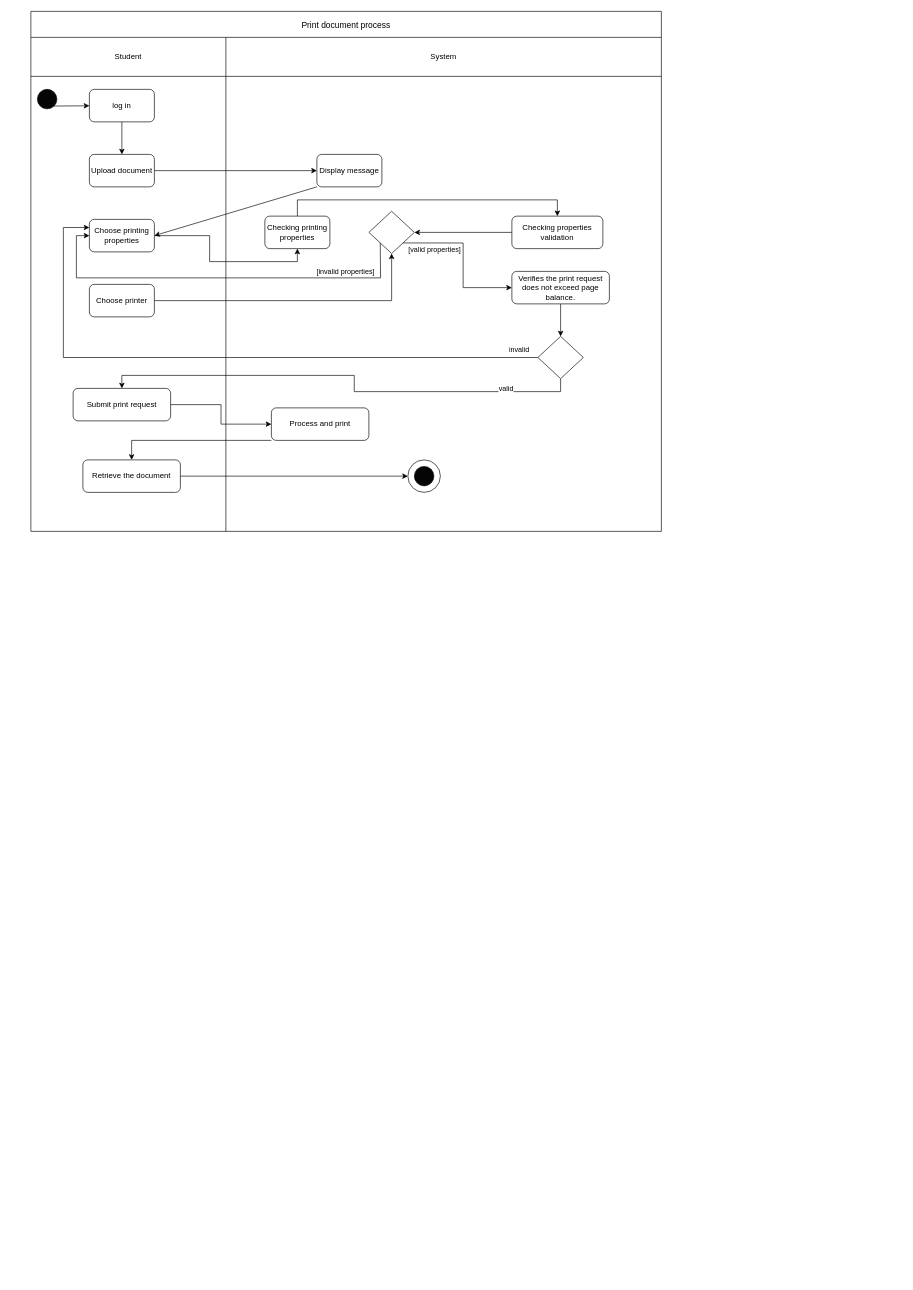
Above: SE.drawio in Nquan0207/Quan-nguyen (draw.io), before the change. Source tidied: cells renumbered, new cells numbered last; positions are measured from the earlier drawing's top-left corner, leaving out a move shared by most shapes. Both pictures are drawn from the tidied source at 65%, with x=0, y=0 at pixel (31, 11).
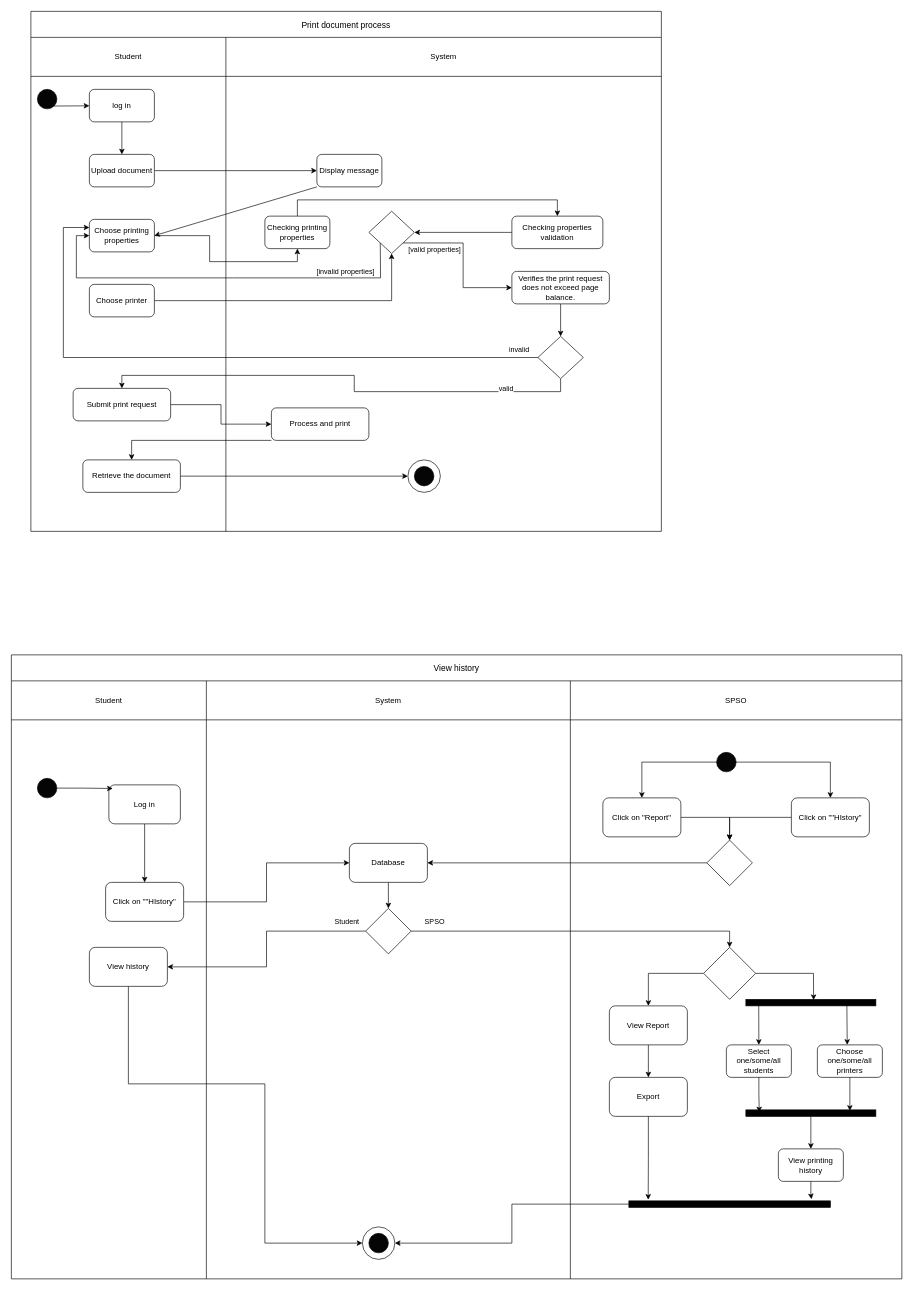
The same diagram, later.

Diff of the diagram source:
```diff
@@
+    <mxCell id="45" value="View history" style="shape=table;startSize=40;childLayout=tableLayout;fontSize=13;" parent="1" vertex="1">
+      <mxGeometry x="-30" y="990" width="1370" height="960" as="geometry" />
+    </mxCell>
+    <mxCell id="46" style="shape=tableRow;horizontal=0;startSize=0;swimlaneHead=0;swimlaneBody=0;strokeColor=inherit;top=0;left=0;bottom=0;right=0;fillColor=none;" parent="45" vertex="1">
+      <mxGeometry y="40" width="1370" height="60" as="geometry" />
+    </mxCell>
+    <mxCell id="47" value="Student" style="shape=partialRectangle;html=1;whiteSpace=wrap;strokeColor=inherit;overflow=hidden;fillColor=none;top=0;left=0;bottom=0;right=0;" parent="46" vertex="1">
+      <mxGeometry width="300" height="60" as="geometry" />
+    </mxCell>
+    <mxCell id="48" value="System" style="shape=partialRectangle;html=1;whiteSpace=wrap;strokeColor=inherit;overflow=hidden;fillColor=none;top=0;left=0;bottom=0;right=0;" parent="46" vertex="1">
+      <mxGeometry x="300" width="560" height="60" as="geometry" />
+    </mxCell>
+    <mxCell id="49" value="SPSO" style="shape=partialRectangle;html=1;whiteSpace=wrap;strokeColor=inherit;overflow=hidden;fillColor=none;top=0;left=0;bottom=0;right=0;" parent="46" vertex="1">
+      <mxGeometry x="860" width="510" height="60" as="geometry" />
+    </mxCell>
+    <mxCell id="50" style="shape=tableRow;horizontal=0;startSize=0;swimlaneHead=0;swimlaneBody=0;strokeColor=inherit;top=0;left=0;bottom=0;right=0;fillColor=none;" parent="45" vertex="1">
+      <mxGeometry y="100" width="1370" height="860" as="geometry" />
+    </mxCell>
+    <mxCell id="51" style="shape=partialRectangle;html=1;whiteSpace=wrap;strokeColor=inherit;overflow=hidden;fillColor=none;top=0;left=0;bottom=0;right=0;" parent="50" vertex="1">
+      <mxGeometry width="300" height="860" as="geometry" />
+    </mxCell>
+    <mxCell id="52" style="shape=partialRectangle;html=1;whiteSpace=wrap;strokeColor=inherit;overflow=hidden;fillColor=none;top=0;left=0;bottom=0;right=0;" parent="50" vertex="1">
+      <mxGeometry x="300" width="560" height="860" as="geometry" />
+    </mxCell>
+    <mxCell id="53" style="shape=partialRectangle;html=1;whiteSpace=wrap;strokeColor=inherit;overflow=hidden;fillColor=none;top=0;left=0;bottom=0;right=0;" parent="50" vertex="1">
+      <mxGeometry x="860" width="510" height="860" as="geometry" />
+    </mxCell>
+    <mxCell id="54" style="ellipse;whiteSpace=wrap;html=1;fillColor=#050505;" parent="1" vertex="1">
+      <mxGeometry x="10" y="1180" width="30" height="30" as="geometry" />
+    </mxCell>
+    <mxCell id="55" style="edgeStyle=orthogonalEdgeStyle;rounded=0;jettySize=auto;html=1;exitX=0.5;exitY=1;exitDx=0;exitDy=0;entryX=0.5;entryY=0;entryDx=0;entryDy=0;" parent="1" edge="1" source="56" target="59">
+      <mxGeometry relative="1" as="geometry" />
+    </mxCell>
+    <mxCell id="56" value="Log in" style="rounded=1;whiteSpace=wrap;html=1;" parent="1" vertex="1">
+      <mxGeometry x="120" y="1190" width="110" height="60" as="geometry" />
+    </mxCell>
+    <mxCell id="57" style="edgeStyle=orthogonalEdgeStyle;rounded=0;jettySize=auto;html=1;entryX=0.054;entryY=0.093;entryDx=0;entryDy=0;entryPerimeter=0;" parent="1" edge="1" source="54" target="56">
+      <mxGeometry relative="1" as="geometry" />
+    </mxCell>
+    <mxCell id="58" style="edgeStyle=orthogonalEdgeStyle;rounded=0;jettySize=auto;html=1;entryX=0;entryY=0.5;entryDx=0;entryDy=0;" parent="1" edge="1" source="59" target="61">
+      <mxGeometry relative="1" as="geometry" />
+    </mxCell>
+    <mxCell id="59" value="Click on &quot;&quot;HIstory&quot;" style="rounded=1;whiteSpace=wrap;html=1;" parent="1" vertex="1">
+      <mxGeometry x="115" y="1340" width="120" height="60" as="geometry" />
+    </mxCell>
+    <mxCell id="60" style="edgeStyle=orthogonalEdgeStyle;rounded=0;jettySize=auto;html=1;entryX=0.5;entryY=0;entryDx=0;entryDy=0;" parent="1" edge="1" source="61" target="71">
+      <mxGeometry relative="1" as="geometry" />
+    </mxCell>
+    <mxCell id="61" value="Database" style="rounded=1;whiteSpace=wrap;html=1;" parent="1" vertex="1">
+      <mxGeometry x="490" y="1280" width="120" height="60" as="geometry" />
+    </mxCell>
+    <mxCell id="62" style="edgeStyle=orthogonalEdgeStyle;rounded=0;jettySize=auto;html=1;entryX=0.5;entryY=0;entryDx=0;entryDy=0;" parent="1" edge="1" source="63" target="77">
+      <mxGeometry relative="1" as="geometry" />
+    </mxCell>
+    <mxCell id="63" value="Click on &quot;&quot;HIstory&quot;" style="rounded=1;whiteSpace=wrap;html=1;" parent="1" vertex="1">
+      <mxGeometry x="1170" y="1210" width="120" height="60" as="geometry" />
+    </mxCell>
+    <mxCell id="64" style="edgeStyle=orthogonalEdgeStyle;rounded=0;jettySize=auto;html=1;entryX=0.5;entryY=0;entryDx=0;entryDy=0;" parent="1" edge="1" source="66" target="63">
+      <mxGeometry relative="1" as="geometry" />
+    </mxCell>
+    <mxCell id="65" style="edgeStyle=orthogonalEdgeStyle;rounded=0;jettySize=auto;html=1;" parent="1" edge="1" source="66" target="75">
+      <mxGeometry relative="1" as="geometry" />
+    </mxCell>
+    <mxCell id="66" style="ellipse;whiteSpace=wrap;html=1;fillColor=#050505;" parent="1" vertex="1">
+      <mxGeometry x="1055" y="1140" width="30" height="30" as="geometry" />
+    </mxCell>
+    <mxCell id="67" style="edgeStyle=orthogonalEdgeStyle;rounded=0;jettySize=auto;html=1;entryX=1;entryY=0.5;entryDx=0;entryDy=0;" parent="1" edge="1" source="71" target="73">
+      <mxGeometry relative="1" as="geometry" />
+    </mxCell>
+    <mxCell id="68" value="Student" style="edgeLabel;html=1;align=center;verticalAlign=middle;" parent="67" vertex="1">
+      <mxGeometry x="-0.82" y="-2" relative="1" as="geometry">
+        <mxPoint x="2" y="-13" as="offset" />
+      </mxGeometry>
+    </mxCell>
+    <mxCell id="69" style="edgeStyle=orthogonalEdgeStyle;rounded=0;jettySize=auto;html=1;entryX=0.5;entryY=0;entryDx=0;entryDy=0;" parent="1" edge="1" source="71" target="79">
+      <mxGeometry relative="1" as="geometry" />
+    </mxCell>
+    <mxCell id="70" value="SPSO" style="edgeLabel;html=1;align=center;verticalAlign=middle;" parent="69" vertex="1">
+      <mxGeometry x="-0.81" relative="1" as="geometry">
+        <mxPoint x="-14" y="-15" as="offset" />
+      </mxGeometry>
+    </mxCell>
+    <mxCell id="71" style="rhombus;whiteSpace=wrap;html=1;" parent="1" vertex="1">
+      <mxGeometry x="515" y="1380" width="70" height="70" as="geometry" />
+    </mxCell>
+    <mxCell id="72" style="edgeStyle=orthogonalEdgeStyle;rounded=0;jettySize=auto;html=1;entryX=0;entryY=0.5;entryDx=0;entryDy=0;" parent="1" edge="1" source="73" target="93">
+      <mxGeometry relative="1" as="geometry">
+        <Array as="points">
+          <mxPoint x="150" y="1650" />
+          <mxPoint x="360" y="1650" />
+          <mxPoint x="360" y="1895" />
+        </Array>
+      </mxGeometry>
+    </mxCell>
+    <mxCell id="73" value="View history" style="rounded=1;whiteSpace=wrap;html=1;" parent="1" vertex="1">
+      <mxGeometry x="90" y="1440" width="120" height="60" as="geometry" />
+    </mxCell>
+    <mxCell id="74" style="edgeStyle=orthogonalEdgeStyle;rounded=0;jettySize=auto;html=1;exitX=1;exitY=0.5;exitDx=0;exitDy=0;entryX=0.5;entryY=0;entryDx=0;entryDy=0;" parent="1" edge="1" source="75" target="77">
+      <mxGeometry relative="1" as="geometry" />
+    </mxCell>
+    <mxCell id="75" value="Click on &quot;Report&quot;" style="rounded=1;whiteSpace=wrap;html=1;" parent="1" vertex="1">
+      <mxGeometry x="880" y="1210" width="120" height="60" as="geometry" />
+    </mxCell>
+    <mxCell id="76" style="edgeStyle=orthogonalEdgeStyle;rounded=0;jettySize=auto;html=1;entryX=1;entryY=0.5;entryDx=0;entryDy=0;" parent="1" edge="1" source="77" target="61">
+      <mxGeometry relative="1" as="geometry" />
+    </mxCell>
+    <mxCell id="77" style="rhombus;whiteSpace=wrap;html=1;" parent="1" vertex="1">
+      <mxGeometry x="1040" y="1275" width="70" height="70" as="geometry" />
+    </mxCell>
+    <mxCell id="78" style="edgeStyle=orthogonalEdgeStyle;rounded=0;jettySize=auto;html=1;exitX=0;exitY=0.5;exitDx=0;exitDy=0;entryX=0.5;entryY=0;entryDx=0;entryDy=0;" parent="1" edge="1" source="79" target="81">
+      <mxGeometry relative="1" as="geometry" />
+    </mxCell>
+    <mxCell id="79" style="rhombus;whiteSpace=wrap;html=1;" parent="1" vertex="1">
+      <mxGeometry x="1035" y="1440" width="80" height="80" as="geometry" />
+    </mxCell>
+    <mxCell id="80" style="edgeStyle=orthogonalEdgeStyle;rounded=0;jettySize=auto;html=1;exitX=0.5;exitY=1;exitDx=0;exitDy=0;entryX=0.5;entryY=0;entryDx=0;entryDy=0;" parent="1" edge="1" source="81" target="95">
+      <mxGeometry relative="1" as="geometry" />
+    </mxCell>
+    <mxCell id="81" value="View Report" style="rounded=1;whiteSpace=wrap;html=1;" parent="1" vertex="1">
+      <mxGeometry x="890" y="1530" width="120" height="60" as="geometry" />
+    </mxCell>
+    <mxCell id="82" style="endArrow=classic;html=1;rounded=0;exitX=1;exitY=0.5;exitDx=0;exitDy=0;entryX=0.521;entryY=0.106;entryDx=0;entryDy=0;entryPerimeter=0;" parent="1" edge="1" source="79" target="83">
+      <mxGeometry relative="1" as="geometry">
+        <Array as="points">
+          <mxPoint x="1204" y="1480" />
+        </Array>
+      </mxGeometry>
+    </mxCell>
+    <mxCell id="83" style="rounded=0;whiteSpace=wrap;html=1;fillColor=#000000;" parent="1" vertex="1">
+      <mxGeometry x="1100" y="1520" width="200" height="10" as="geometry" />
+    </mxCell>
+    <mxCell id="84" style="endArrow=classic;html=1;rounded=0;exitX=0.099;exitY=0.989;exitDx=0;exitDy=0;exitPerimeter=0;" parent="1" edge="1" source="83" target="85">
+      <mxGeometry relative="1" as="geometry" />
+    </mxCell>
+    <mxCell id="85" value="Select one/some/all students" style="rounded=1;whiteSpace=wrap;html=1;" parent="1" vertex="1">
+      <mxGeometry x="1070" y="1590" width="100" height="50" as="geometry" />
+    </mxCell>
+    <mxCell id="86" value="Choose one/some/all printers" style="rounded=1;whiteSpace=wrap;html=1;" parent="1" vertex="1">
+      <mxGeometry x="1210" y="1590" width="100" height="50" as="geometry" />
+    </mxCell>
+    <mxCell id="87" style="endArrow=classic;html=1;rounded=0;exitX=0.777;exitY=0.944;exitDx=0;exitDy=0;exitPerimeter=0;entryX=0.459;entryY=-0.002;entryDx=0;entryDy=0;entryPerimeter=0;" parent="1" edge="1" source="83" target="86">
+      <mxGeometry relative="1" as="geometry" />
+    </mxCell>
+    <mxCell id="88" style="edgeStyle=orthogonalEdgeStyle;rounded=0;jettySize=auto;html=1;exitX=0.5;exitY=1;exitDx=0;exitDy=0;entryX=0.5;entryY=0;entryDx=0;entryDy=0;" parent="1" edge="1" source="89" target="92">
+      <mxGeometry relative="1" as="geometry" />
+    </mxCell>
+    <mxCell id="89" style="rounded=0;whiteSpace=wrap;html=1;fillColor=#000000;" parent="1" vertex="1">
+      <mxGeometry x="1100" y="1690" width="200" height="10" as="geometry" />
+    </mxCell>
+    <mxCell id="90" style="edgeStyle=orthogonalEdgeStyle;rounded=0;jettySize=auto;html=1;exitX=0.5;exitY=1;exitDx=0;exitDy=0;entryX=0.103;entryY=0.371;entryDx=0;entryDy=0;entryPerimeter=0;" parent="1" edge="1" source="85" target="89">
+      <mxGeometry relative="1" as="geometry" />
+    </mxCell>
+    <mxCell id="91" style="edgeStyle=orthogonalEdgeStyle;rounded=0;jettySize=auto;html=1;exitX=0.5;exitY=1;exitDx=0;exitDy=0;entryX=0.8;entryY=0.143;entryDx=0;entryDy=0;entryPerimeter=0;" parent="1" edge="1" source="86" target="89">
+      <mxGeometry relative="1" as="geometry" />
+    </mxCell>
+    <mxCell id="92" value="View printing history" style="rounded=1;whiteSpace=wrap;html=1;" parent="1" vertex="1">
+      <mxGeometry x="1150" y="1750" width="100" height="50" as="geometry" />
+    </mxCell>
+    <mxCell id="93" style="ellipse;whiteSpace=wrap;html=1;" parent="1" vertex="1">
+      <mxGeometry x="510" y="1870" width="50" height="50" as="geometry" />
+    </mxCell>
+    <mxCell id="94" style="ellipse;whiteSpace=wrap;html=1;fillColor=#050505;" parent="1" vertex="1">
+      <mxGeometry x="520" y="1880" width="30" height="30" as="geometry" />
+    </mxCell>
+    <mxCell id="95" value="Export" style="rounded=1;whiteSpace=wrap;html=1;" parent="1" vertex="1">
+      <mxGeometry x="890" y="1640" width="120" height="60" as="geometry" />
+    </mxCell>
+    <mxCell id="96" style="edgeStyle=orthogonalEdgeStyle;rounded=0;jettySize=auto;html=1;entryX=1;entryY=0.5;entryDx=0;entryDy=0;" parent="1" edge="1" source="97" target="93">
+      <mxGeometry relative="1" as="geometry" />
+    </mxCell>
+    <mxCell id="97" style="rounded=0;whiteSpace=wrap;html=1;fillColor=#000000;" parent="1" vertex="1">
+      <mxGeometry x="920" y="1830" width="310" height="10" as="geometry" />
+    </mxCell>
+    <mxCell id="98" style="edgeStyle=orthogonalEdgeStyle;rounded=0;jettySize=auto;html=1;entryX=0.096;entryY=-0.182;entryDx=0;entryDy=0;entryPerimeter=0;" parent="1" edge="1" source="95" target="97">
+      <mxGeometry relative="1" as="geometry" />
+    </mxCell>
+    <mxCell id="99" style="edgeStyle=orthogonalEdgeStyle;rounded=0;jettySize=auto;html=1;entryX=0.906;entryY=-0.255;entryDx=0;entryDy=0;entryPerimeter=0;" parent="1" edge="1" source="92" target="97">
+      <mxGeometry relative="1" as="geometry" />
+    </mxCell>
```
